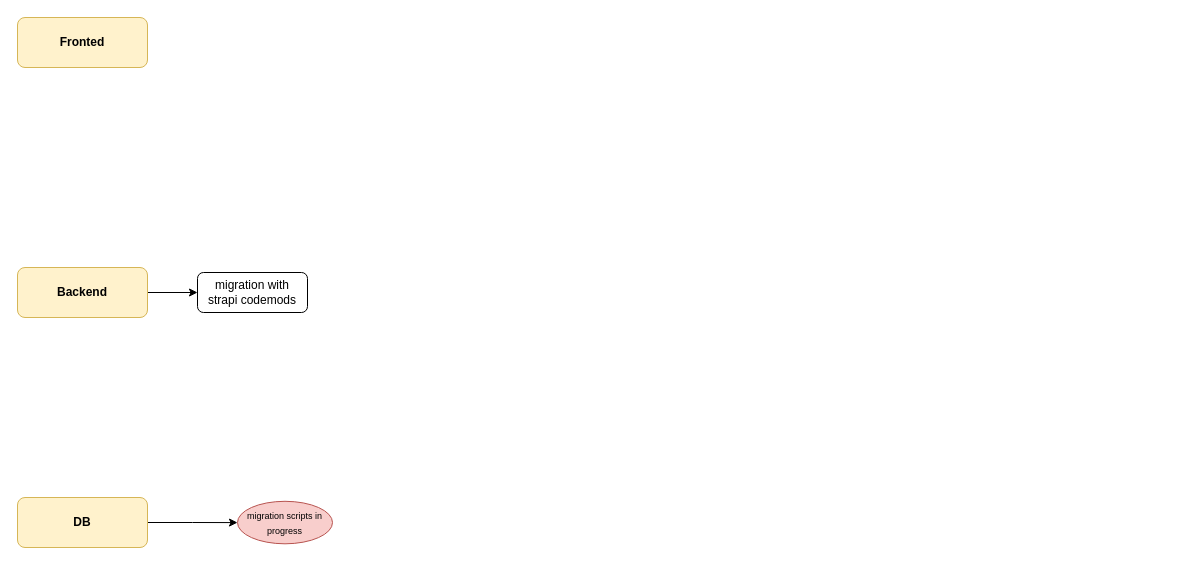
alumedot/diagrams keeps this draw.io diagram as strapi-v3-to-v4-migration.drawio. Above is the earlier version. Source tidied: cells renumbered, new cells numbered last; positions are measured from the earlier drawing's top-left corner, leaving out a move shared by most shapes. Both pictures are drawn from the tidied source at 100%, with x=0, y=0 at pixel (17, 17).
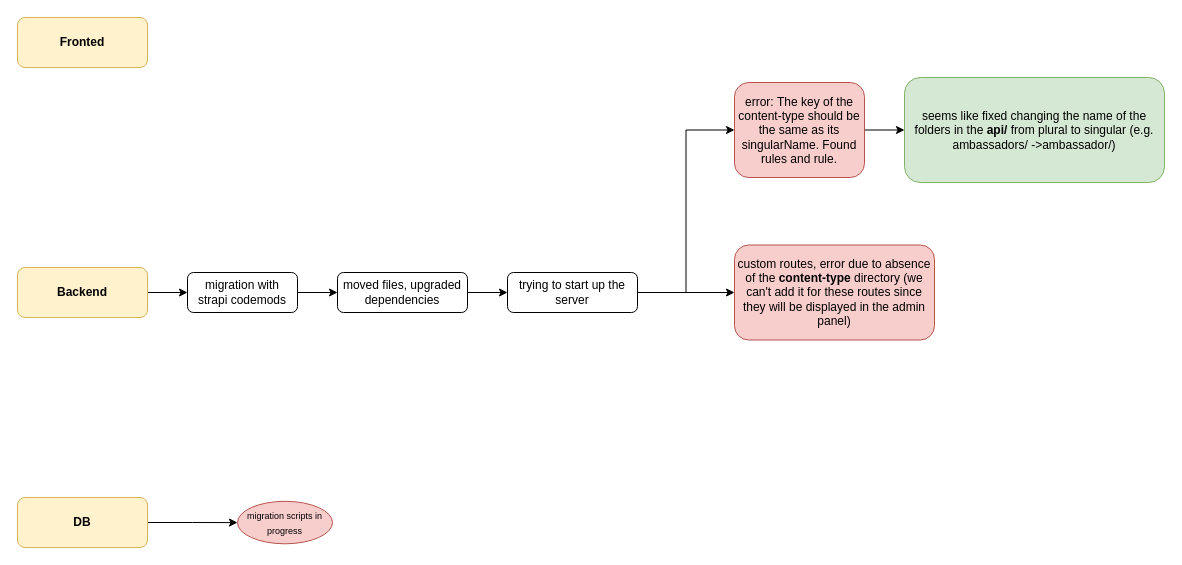
The same page after the edit.

Change to the diagram source:
```diff
@@
 <mxGraphModel>
   <root>
     <mxCell id="0" />
     <mxCell id="1" parent="0" />
     <mxCell id="2" value="&lt;b&gt;Fronted&lt;/b&gt;" style="rounded=1;whiteSpace=wrap;html=1;fillColor=#fff2cc;strokeColor=#d6b656;" parent="1" vertex="1">
       <mxGeometry width="130" height="50" as="geometry" />
     </mxCell>
     <mxCell id="3" style="edgeStyle=orthogonalEdgeStyle;rounded=0;jettySize=auto;html=1;fontSize=9;" parent="1" edge="1" source="4" target="8">
       <mxGeometry relative="1" as="geometry" />
     </mxCell>
     <mxCell id="4" value="&lt;b&gt;Backend&lt;/b&gt;" style="rounded=1;whiteSpace=wrap;html=1;fillColor=#fff2cc;strokeColor=#d6b656;" parent="1" vertex="1">
       <mxGeometry y="250" width="130" height="50" as="geometry" />
     </mxCell>
     <mxCell id="5" style="edgeStyle=orthogonalEdgeStyle;rounded=0;jettySize=auto;html=1;" parent="1" edge="1" source="6" target="7">
       <mxGeometry relative="1" as="geometry" />
     </mxCell>
     <mxCell id="6" value="&lt;b&gt;DB&lt;/b&gt;" style="rounded=1;whiteSpace=wrap;html=1;fillColor=#fff2cc;strokeColor=#d6b656;" parent="1" vertex="1">
       <mxGeometry y="480" width="130" height="50" as="geometry" />
     </mxCell>
     <mxCell id="7" value="&lt;font style=&quot;font-size: 9px&quot;&gt;migration scripts in progress&lt;/font&gt;" style="ellipse;whiteSpace=wrap;html=1;fillColor=#f8cecc;strokeColor=#b85450;rounded=1;" parent="1" vertex="1">
       <mxGeometry x="220" y="483.8" width="95" height="42.5" as="geometry" />
     </mxCell>
+    <mxCell id="9" style="edgeStyle=orthogonalEdgeStyle;rounded=0;jettySize=auto;html=1;fontSize=9;" parent="1" edge="1" source="8" target="11">
+      <mxGeometry relative="1" as="geometry" />
+    </mxCell>
     <mxCell id="8" value="migration with&lt;br&gt;strapi codemods" style="rounded=1;whiteSpace=wrap;html=1;strokeColor=default;" parent="1" vertex="1">
-      <mxGeometry x="180" y="255" width="110" height="40" as="geometry" />
+      <mxGeometry x="170" y="255" width="110" height="40" as="geometry" />
     </mxCell>
+    <mxCell id="10" style="edgeStyle=orthogonalEdgeStyle;rounded=0;jettySize=auto;html=1;fontSize=9;" parent="1" edge="1" source="11" target="17">
+      <mxGeometry relative="1" as="geometry" />
+    </mxCell>
+    <mxCell id="11" value="moved files, upgraded dependencies" style="rounded=1;whiteSpace=wrap;html=1;strokeColor=default;" parent="1" vertex="1">
+      <mxGeometry x="320" y="255" width="130" height="40" as="geometry" />
+    </mxCell>
+    <mxCell id="12" style="edgeStyle=orthogonalEdgeStyle;rounded=0;jettySize=auto;html=1;fontSize=9;" parent="1" edge="1" source="13" target="14">
+      <mxGeometry relative="1" as="geometry" />
+    </mxCell>
+    <mxCell id="13" value="error:&amp;nbsp;The key of the content-type should be the same as its singularName. Found rules and rule." style="rounded=1;whiteSpace=wrap;html=1;strokeColor=#b85450;fillColor=#f8cecc;" parent="1" vertex="1">
+      <mxGeometry x="717" y="65" width="130" height="95" as="geometry" />
+    </mxCell>
+    <mxCell id="14" value="seems like fixed changing the name of the folders in the &lt;b&gt;api/ &lt;/b&gt;from plural to singular&lt;b&gt;&amp;nbsp;&lt;/b&gt;(e.g. ambassadors/ -&amp;gt;ambassador/)" style="whiteSpace=wrap;html=1;rounded=1;fillColor=#d5e8d4;strokeColor=#82b366;" parent="1" vertex="1">
+      <mxGeometry x="887" y="60" width="260" height="105" as="geometry" />
+    </mxCell>
+    <mxCell id="15" style="edgeStyle=orthogonalEdgeStyle;rounded=0;jettySize=auto;html=1;exitX=1;exitY=0.5;exitDx=0;exitDy=0;entryX=0;entryY=0.5;entryDx=0;entryDy=0;fontSize=9;" parent="1" edge="1" source="17" target="13">
+      <mxGeometry relative="1" as="geometry" />
+    </mxCell>
+    <mxCell id="16" style="edgeStyle=orthogonalEdgeStyle;rounded=0;jettySize=auto;html=1;exitX=1;exitY=0.5;exitDx=0;exitDy=0;entryX=0;entryY=0.5;entryDx=0;entryDy=0;fontSize=9;" parent="1" edge="1" source="17" target="18">
+      <mxGeometry relative="1" as="geometry" />
+    </mxCell>
+    <mxCell id="17" value="trying to start up the server" style="rounded=1;whiteSpace=wrap;html=1;strokeColor=default;" parent="1" vertex="1">
+      <mxGeometry x="490" y="255" width="130" height="40" as="geometry" />
+    </mxCell>
+    <mxCell id="18" value="custom routes, error due to absence of the &lt;b&gt;content-type&lt;/b&gt; directory (we can't add it for these routes since they will be displayed in the admin panel)" style="rounded=1;whiteSpace=wrap;html=1;strokeColor=#b85450;fillColor=#f8cecc;" parent="1" vertex="1">
+      <mxGeometry x="717" y="227.5" width="200" height="95" as="geometry" />
+    </mxCell>
   </root>
 </mxGraphModel>
```
